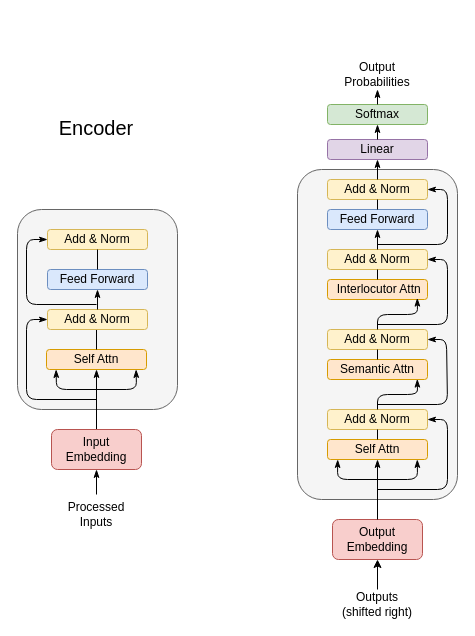
Before: Untitled Diagram.drawio in GeiduanLiu/Q-Learning-for-Cartpole-V1, a draw.io diagram. Source tidied: cells renumbered, new cells numbered last; positions are measured from the earlier drawing's top-left corner, leaving out a move shared by most shapes. Both pictures are drawn from the tidied source at 100%, with x=0, y=0 at pixel (17, 59).
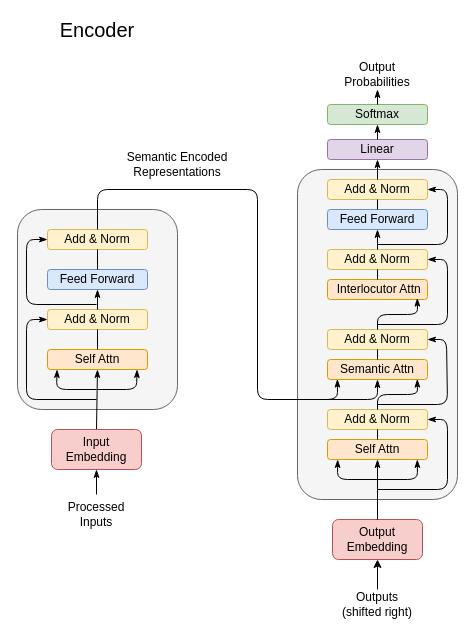
Above is the later version.

The change refers to these unchanged cells:
```xml
<mxCell id="5" value="Add &amp;amp; Norm" style="rounded=1;whiteSpace=wrap;html=1;fillColor=#fff2cc;strokeColor=#d6b656;" parent="1" vertex="1">
  <mxGeometry x="30" y="170" width="100" height="20" as="geometry" />
</mxCell>
<mxCell id="13" value="Add &amp;amp; Norm" style="rounded=1;whiteSpace=wrap;html=1;fillColor=#fff2cc;strokeColor=#d6b656;" parent="1" vertex="1">
  <mxGeometry x="30" y="250" width="100" height="20" as="geometry" />
</mxCell>
<mxCell id="21" value="Semantic Attn" style="rounded=1;whiteSpace=wrap;html=1;fillColor=#ffe6cc;strokeColor=#d79b00;" parent="1" vertex="1">
  <mxGeometry x="310" y="300" width="100" height="20" as="geometry" />
</mxCell>
```

Diff of the diagram source:
```diff
@@
     <mxCell id="3" value="Self Attn" style="rounded=1;whiteSpace=wrap;html=1;fillColor=#ffe6cc;strokeColor=#d79b00;" parent="1" vertex="1">
-      <mxGeometry x="29" y="290" width="100" height="20" as="geometry" />
+      <mxGeometry x="30" y="290" width="100" height="20" as="geometry" />
     </mxCell>
@@
-    <mxCell id="6" style="endArrow=none;html=1;exitX=0.5;exitY=0;exitDx=0;exitDy=0;entryX=0.5;entryY=1;entryDx=0;entryDy=0;" parent="1" edge="1" source="3">
-      <mxGeometry relative="1" as="geometry">
-        <mxPoint x="79" y="270" as="targetPoint" />
-      </mxGeometry>
-    </mxCell>
@@
     <mxCell id="12" value="Encoder" style="text;html=1;strokeColor=none;fillColor=none;align=center;verticalAlign=middle;whiteSpace=wrap;rounded=0;fontSize=20;" parent="1" vertex="1">
-      <mxGeometry x="54" y="58" width="50" height="20" as="geometry" />
+      <mxGeometry x="55" y="-40" width="50" height="20" as="geometry" />
     </mxCell>
@@
+    <mxCell id="51" style="endArrow=classicThin;html=1;fontSize=12;strokeWidth=1;exitX=0.5;exitY=0;exitDx=0;exitDy=0;entryX=0.099;entryY=0.979;entryDx=0;entryDy=0;entryPerimeter=0;endFill=1;" parent="1" edge="1" source="5" target="21">
+      <mxGeometry relative="1" as="geometry">
+        <Array as="points">
+          <mxPoint x="80" y="130" />
+          <mxPoint x="240" y="130" />
+          <mxPoint x="240" y="340" />
+          <mxPoint x="320" y="340" />
+        </Array>
+      </mxGeometry>
+    </mxCell>
+    <mxCell id="52" style="endArrow=none;html=1;fontSize=12;strokeWidth=1;exitX=0.5;exitY=0;exitDx=0;exitDy=0;entryX=0.5;entryY=1;entryDx=0;entryDy=0;" parent="1" edge="1" source="3" target="13">
+      <mxGeometry relative="1" as="geometry" />
+    </mxCell>
+    <mxCell id="53" style="endArrow=classicThin;html=1;fontSize=12;strokeWidth=1;entryX=0.5;entryY=1;entryDx=0;entryDy=0;endFill=1;" parent="1" edge="1" target="21">
+      <mxGeometry relative="1" as="geometry">
+        <mxPoint x="280" y="340" as="sourcePoint" />
+        <Array as="points">
+          <mxPoint x="360" y="340" />
+        </Array>
+      </mxGeometry>
+    </mxCell>
+    <mxCell id="54" value="Semantic Encoded&lt;br&gt;Representations" style="text;html=1;strokeColor=none;fillColor=none;align=center;verticalAlign=middle;whiteSpace=wrap;rounded=0;fontSize=12;" parent="1" vertex="1">
+      <mxGeometry x="80" y="90" width="160" height="30" as="geometry" />
+    </mxCell>
```
